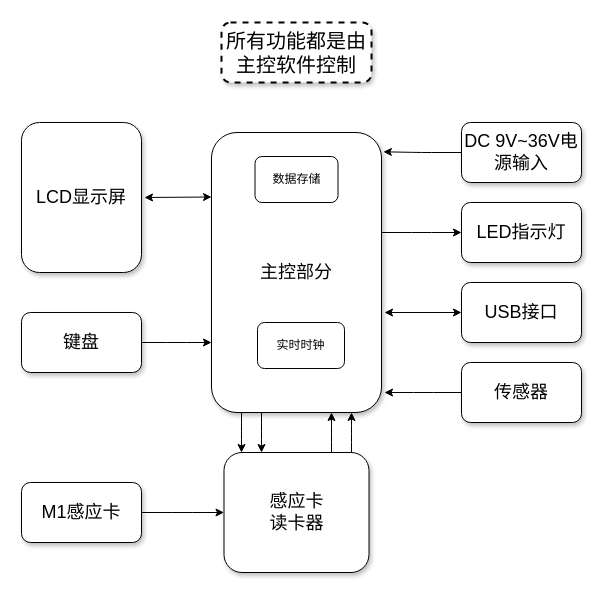
Earlier version of the draw.io diagram page "硬件框图" (1 of 3) of electroic_meter.drawio (kupier/12306-electron). Source tidied: cells renumbered, new cells numbered last; positions are measured from the earlier drawing's top-left corner, leaving out a move shared by most shapes. Both pictures are drawn from the tidied source at 100%, with x=0, y=0 at pixel (21, 22).
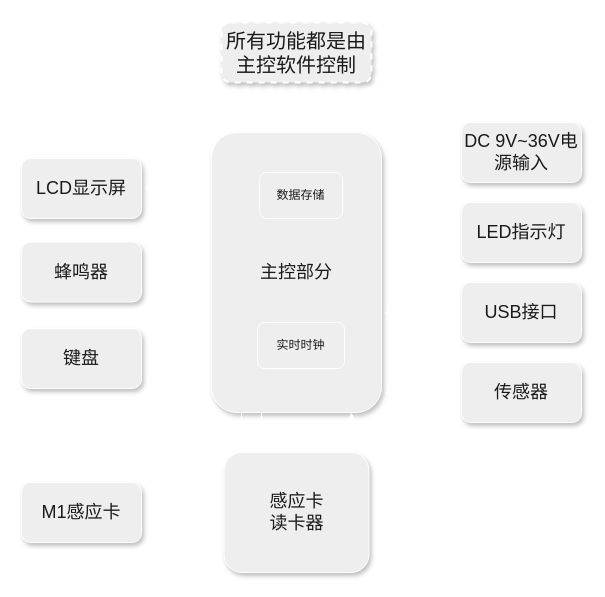
The same diagram, later.

Diff of the diagram source:
```diff
@@
-    <mxCell id="2" value="所有功能都是由主控软件控制" style="whiteSpace=wrap;html=1;shadow=1;fontSize=20;strokeWidth=2;dashed=1;labelBackgroundColor=none;rounded=1;" parent="1" vertex="1">
+    <mxCell id="2" value="所有功能都是由主控软件控制" style="whiteSpace=wrap;html=1;shadow=1;fontSize=20;strokeWidth=2;dashed=1;labelBackgroundColor=none;rounded=1;fillColor=#EEEEEE;strokeColor=#FFFFFF;fontColor=#1A1A1A;" parent="1" vertex="1">
       <mxGeometry x="200" width="150" height="60" as="geometry" />
     </mxCell>
-    <mxCell id="3" style="edgeStyle=elbowEdgeStyle;rounded=1;html=1;startArrow=none;startFill=0;jettySize=auto;fontSize=18;elbow=vertical;labelBackgroundColor=none;fontColor=default;" parent="1" edge="1" source="5" target="8">
+    <mxCell id="3" style="edgeStyle=elbowEdgeStyle;rounded=1;html=1;startArrow=none;startFill=0;jettySize=auto;fontSize=18;elbow=vertical;labelBackgroundColor=none;fontColor=default;strokeColor=#FFFFFF;" parent="1" edge="1" source="5" target="8">
       <mxGeometry relative="1" as="geometry" />
     </mxCell>
-    <mxCell id="4" style="edgeStyle=elbowEdgeStyle;rounded=1;html=1;startArrow=none;startFill=0;jettySize=auto;fontSize=18;labelBackgroundColor=none;fontColor=default;" parent="1" edge="1" source="15" target="5">
+    <mxCell id="4" style="edgeStyle=elbowEdgeStyle;rounded=1;html=1;startArrow=none;startFill=0;jettySize=auto;fontSize=18;labelBackgroundColor=none;fontColor=default;strokeColor=#FFFFFF;" parent="1" edge="1" source="15" target="5">
       <mxGeometry relative="1" as="geometry">
         <Array as="points">
           <mxPoint x="310" y="410" />
         </Array>
       </mxGeometry>
     </mxCell>
+    <mxCell id="25" style="edgeStyle=orthogonalEdgeStyle;rounded=0;jettySize=auto;html=1;labelBackgroundColor=none;strokeColor=#FFFFFF;fontColor=default;" parent="1" edge="1" source="5" target="26">
+      <mxGeometry relative="1" as="geometry" />
+    </mxCell>
-    <mxCell id="5" value="主控部分" style="whiteSpace=wrap;html=1;shadow=1;fontSize=18;labelBackgroundColor=none;rounded=1;" parent="1" vertex="1">
+    <mxCell id="5" value="主控部分" style="whiteSpace=wrap;html=1;shadow=1;fontSize=18;labelBackgroundColor=none;rounded=1;fillColor=#EEEEEE;strokeColor=#FFFFFF;fontColor=#1A1A1A;" parent="1" vertex="1">
       <mxGeometry x="190" y="110" width="170" height="280" as="geometry" />
     </mxCell>
-    <mxCell id="6" style="edgeStyle=orthogonalEdgeStyle;rounded=1;jettySize=auto;html=1;exitX=0;exitY=0.5;exitDx=0;exitDy=0;entryX=1.011;entryY=0.069;entryDx=0;entryDy=0;entryPerimeter=0;labelBackgroundColor=none;fontColor=default;" parent="1" edge="1" source="7" target="5">
+    <mxCell id="6" style="edgeStyle=orthogonalEdgeStyle;rounded=1;jettySize=auto;html=1;exitX=0;exitY=0.5;exitDx=0;exitDy=0;entryX=1.011;entryY=0.069;entryDx=0;entryDy=0;entryPerimeter=0;labelBackgroundColor=none;fontColor=default;strokeColor=#FFFFFF;" parent="1" edge="1" source="7" target="5">
       <mxGeometry relative="1" as="geometry" />
     </mxCell>
-    <mxCell id="7" value="DC 9V~36V电源输入" style="whiteSpace=wrap;html=1;shadow=1;fontSize=18;labelBackgroundColor=none;rounded=1;" parent="1" vertex="1">
+    <mxCell id="7" value="DC 9V~36V电源输入" style="whiteSpace=wrap;html=1;shadow=1;fontSize=18;labelBackgroundColor=none;rounded=1;fillColor=#EEEEEE;strokeColor=#FFFFFF;fontColor=#1A1A1A;" parent="1" vertex="1">
       <mxGeometry x="440" y="100" width="120" height="60" as="geometry" />
     </mxCell>
-    <mxCell id="8" value="LED指示灯" style="whiteSpace=wrap;html=1;shadow=1;fontSize=18;labelBackgroundColor=none;rounded=1;" parent="1" vertex="1">
+    <mxCell id="8" value="LED指示灯" style="whiteSpace=wrap;html=1;shadow=1;fontSize=18;labelBackgroundColor=none;rounded=1;fillColor=#EEEEEE;strokeColor=#FFFFFF;fontColor=#1A1A1A;" parent="1" vertex="1">
       <mxGeometry x="440" y="180" width="120" height="60" as="geometry" />
     </mxCell>
-    <mxCell id="9" value="USB接口" style="whiteSpace=wrap;html=1;shadow=1;fontSize=18;labelBackgroundColor=none;rounded=1;" parent="1" vertex="1">
+    <mxCell id="9" value="USB接口" style="whiteSpace=wrap;html=1;shadow=1;fontSize=18;labelBackgroundColor=none;rounded=1;fillColor=#EEEEEE;strokeColor=#FFFFFF;fontColor=#1A1A1A;" parent="1" vertex="1">
       <mxGeometry x="440" y="260" width="120" height="60" as="geometry" />
     </mxCell>
-    <mxCell id="10" style="edgeStyle=orthogonalEdgeStyle;rounded=1;jettySize=auto;html=1;exitX=0;exitY=0.5;exitDx=0;exitDy=0;labelBackgroundColor=none;fontColor=default;" parent="1" edge="1" source="11">
+    <mxCell id="10" style="edgeStyle=orthogonalEdgeStyle;rounded=1;jettySize=auto;html=1;exitX=0;exitY=0.5;exitDx=0;exitDy=0;labelBackgroundColor=none;fontColor=default;strokeColor=#FFFFFF;" parent="1" edge="1" source="11">
       <mxGeometry relative="1" as="geometry">
         <mxPoint x="363" y="370" as="targetPoint" />
       </mxGeometry>
     </mxCell>
-    <mxCell id="11" value="传感器" style="whiteSpace=wrap;html=1;shadow=1;fontSize=18;labelBackgroundColor=none;rounded=1;" parent="1" vertex="1">
+    <mxCell id="11" value="传感器" style="whiteSpace=wrap;html=1;shadow=1;fontSize=18;labelBackgroundColor=none;rounded=1;fillColor=#EEEEEE;strokeColor=#FFFFFF;fontColor=#1A1A1A;" parent="1" vertex="1">
       <mxGeometry x="440" y="340" width="120" height="60" as="geometry" />
     </mxCell>
-    <mxCell id="12" value="LCD显示屏" style="whiteSpace=wrap;html=1;shadow=1;fontSize=18;labelBackgroundColor=none;rounded=1;" parent="1" vertex="1">
-      <mxGeometry y="100" width="120" height="150" as="geometry" />
+    <mxCell id="12" value="LCD显示屏" style="whiteSpace=wrap;html=1;shadow=1;fontSize=18;labelBackgroundColor=none;rounded=1;fillColor=#EEEEEE;strokeColor=#FFFFFF;fontColor=#1A1A1A;" parent="1" vertex="1">
+      <mxGeometry y="136" width="120" height="60" as="geometry" />
     </mxCell>
-    <mxCell id="13" style="edgeStyle=elbowEdgeStyle;rounded=1;html=1;startArrow=none;startFill=0;jettySize=auto;fontSize=18;elbow=vertical;labelBackgroundColor=none;fontColor=default;" parent="1" edge="1" source="14" target="5">
+    <mxCell id="13" style="edgeStyle=elbowEdgeStyle;rounded=1;html=1;startArrow=none;startFill=0;jettySize=auto;fontSize=18;elbow=vertical;labelBackgroundColor=none;fontColor=default;strokeColor=#FFFFFF;" parent="1" edge="1" source="14" target="5">
       <mxGeometry relative="1" as="geometry" />
     </mxCell>
-    <mxCell id="14" value="键盘" style="whiteSpace=wrap;html=1;shadow=1;fontSize=18;labelBackgroundColor=none;rounded=1;" parent="1" vertex="1">
-      <mxGeometry y="290" width="120" height="60" as="geometry" />
+    <mxCell id="14" value="键盘" style="whiteSpace=wrap;html=1;shadow=1;fontSize=18;labelBackgroundColor=none;rounded=1;fillColor=#EEEEEE;strokeColor=#FFFFFF;fontColor=#1A1A1A;" parent="1" vertex="1">
+      <mxGeometry y="306" width="120" height="60" as="geometry" />
     </mxCell>
-    <mxCell id="15" value="感应卡&lt;br&gt;读卡器" style="whiteSpace=wrap;html=1;shadow=1;fontSize=18;labelBackgroundColor=none;rounded=1;" parent="1" vertex="1">
+    <mxCell id="15" value="感应卡&lt;br&gt;读卡器" style="whiteSpace=wrap;html=1;shadow=1;fontSize=18;labelBackgroundColor=none;rounded=1;fillColor=#EEEEEE;strokeColor=#FFFFFF;fontColor=#1A1A1A;" parent="1" vertex="1">
       <mxGeometry x="202.5" y="430" width="145" height="120" as="geometry" />
     </mxCell>
-    <mxCell id="16" style="edgeStyle=elbowEdgeStyle;rounded=1;html=1;startArrow=none;startFill=0;jettySize=auto;fontSize=18;elbow=vertical;labelBackgroundColor=none;fontColor=default;" parent="1" edge="1" source="17" target="15">
+    <mxCell id="16" style="edgeStyle=elbowEdgeStyle;rounded=1;html=1;startArrow=none;startFill=0;jettySize=auto;fontSize=18;elbow=vertical;labelBackgroundColor=none;fontColor=default;strokeColor=#FFFFFF;" parent="1" edge="1" source="17" target="15">
       <mxGeometry relative="1" as="geometry" />
     </mxCell>
-    <mxCell id="17" value="M1感应卡" style="whiteSpace=wrap;html=1;shadow=1;fontSize=18;labelBackgroundColor=none;rounded=1;" parent="1" vertex="1">
+    <mxCell id="17" value="M1感应卡" style="whiteSpace=wrap;html=1;shadow=1;fontSize=18;labelBackgroundColor=none;rounded=1;fillColor=#EEEEEE;strokeColor=#FFFFFF;fontColor=#1A1A1A;" parent="1" vertex="1">
       <mxGeometry y="460" width="120" height="60" as="geometry" />
     </mxCell>
-    <mxCell id="18" style="edgeStyle=elbowEdgeStyle;rounded=1;html=1;startArrow=none;startFill=0;jettySize=auto;fontSize=18;labelBackgroundColor=none;fontColor=default;" parent="1" edge="1" source="15" target="5">
+    <mxCell id="18" style="edgeStyle=elbowEdgeStyle;rounded=1;html=1;startArrow=none;startFill=0;jettySize=auto;fontSize=18;labelBackgroundColor=none;fontColor=default;strokeColor=#FFFFFF;" parent="1" edge="1" source="15" target="5">
       <mxGeometry relative="1" as="geometry">
         <Array as="points">
           <mxPoint x="330" y="410" />
           <mxPoint x="310" y="410" />
         </Array>
       </mxGeometry>
     </mxCell>
-    <mxCell id="19" style="edgeStyle=elbowEdgeStyle;rounded=1;html=1;startArrow=none;startFill=0;jettySize=auto;orthogonalLoop=1;fontSize=18;labelBackgroundColor=none;fontColor=default;" parent="1" edge="1">
+    <mxCell id="19" style="edgeStyle=elbowEdgeStyle;rounded=1;html=1;startArrow=none;startFill=0;jettySize=auto;orthogonalLoop=1;fontSize=18;labelBackgroundColor=none;fontColor=default;strokeColor=#FFFFFF;" parent="1" edge="1">
       <mxGeometry relative="1" as="geometry">
         <mxPoint x="240" y="390" as="sourcePoint" />
         <mxPoint x="240" y="430" as="targetPoint" />
         <Array as="points">
           <mxPoint x="240" y="410" />
           <mxPoint x="270" y="420" />
         </Array>
       </mxGeometry>
     </mxCell>
-    <mxCell id="20" style="edgeStyle=elbowEdgeStyle;rounded=1;html=1;startArrow=none;startFill=0;jettySize=auto;orthogonalLoop=1;fontSize=18;labelBackgroundColor=none;fontColor=default;" parent="1" edge="1">
+    <mxCell id="20" style="edgeStyle=elbowEdgeStyle;rounded=1;html=1;startArrow=none;startFill=0;jettySize=auto;orthogonalLoop=1;fontSize=18;labelBackgroundColor=none;fontColor=default;strokeColor=#FFFFFF;" parent="1" edge="1">
       <mxGeometry relative="1" as="geometry">
         <mxPoint x="220" y="390" as="sourcePoint" />
         <mxPoint x="220" y="430" as="targetPoint" />
         <Array as="points">
           <mxPoint x="220" y="410" />
           <mxPoint x="250" y="420" />
         </Array>
       </mxGeometry>
     </mxCell>
-    <mxCell id="21" value="数据存储" style="rounded=1;whiteSpace=wrap;html=1;labelBackgroundColor=none;" parent="1" vertex="1">
-      <mxGeometry x="233.5" y="134" width="83" height="46" as="geometry" />
+    <mxCell id="21" value="数据存储" style="rounded=1;whiteSpace=wrap;html=1;labelBackgroundColor=none;fillColor=#EEEEEE;strokeColor=#FFFFFF;fontColor=#1A1A1A;" parent="1" vertex="1">
+      <mxGeometry x="238.2" y="150" width="83" height="46" as="geometry" />
     </mxCell>
-    <mxCell id="22" value="实时时钟" style="rounded=1;whiteSpace=wrap;html=1;labelBackgroundColor=none;" parent="1" vertex="1">
+    <mxCell id="22" value="实时时钟" style="rounded=1;whiteSpace=wrap;html=1;labelBackgroundColor=none;fillColor=#EEEEEE;strokeColor=#FFFFFF;fontColor=#1A1A1A;" parent="1" vertex="1">
       <mxGeometry x="236" y="300" width="87" height="46" as="geometry" />
     </mxCell>
-    <mxCell id="23" style="endArrow=classic;startArrow=classic;html=1;rounded=1;entryX=0;entryY=0.5;entryDx=0;entryDy=0;labelBackgroundColor=none;fontColor=default;" parent="1" edge="1" target="9">
+    <mxCell id="23" style="endArrow=classic;startArrow=classic;html=1;rounded=1;entryX=0;entryY=0.5;entryDx=0;entryDy=0;labelBackgroundColor=none;fontColor=default;strokeColor=#FFFFFF;" parent="1" edge="1" target="9">
       <mxGeometry relative="1" as="geometry">
         <mxPoint x="363" y="290" as="sourcePoint" />
       </mxGeometry>
     </mxCell>
-    <mxCell id="24" style="endArrow=classic;startArrow=classic;html=1;rounded=1;entryX=0;entryY=0.5;entryDx=0;entryDy=0;labelBackgroundColor=none;fontColor=default;" parent="1" edge="1">
+    <mxCell id="24" style="endArrow=classic;startArrow=classic;html=1;rounded=1;entryX=0;entryY=0.5;entryDx=0;entryDy=0;labelBackgroundColor=none;fontColor=default;strokeColor=#FFFFFF;" parent="1" edge="1">
       <mxGeometry relative="1" as="geometry">
-        <mxPoint x="123" y="175" as="sourcePoint" />
-        <mxPoint x="190" y="174.5" as="targetPoint" />
+        <mxPoint x="123" y="166" as="sourcePoint" />
+        <mxPoint x="190" y="165.5" as="targetPoint" />
       </mxGeometry>
     </mxCell>
+    <mxCell id="26" value="蜂鸣器" style="whiteSpace=wrap;html=1;shadow=1;fontSize=18;labelBackgroundColor=none;rounded=1;fillColor=#EEEEEE;strokeColor=#FFFFFF;fontColor=#1A1A1A;" parent="1" vertex="1">
+      <mxGeometry y="219.5" width="120" height="60" as="geometry" />
+    </mxCell>
```
